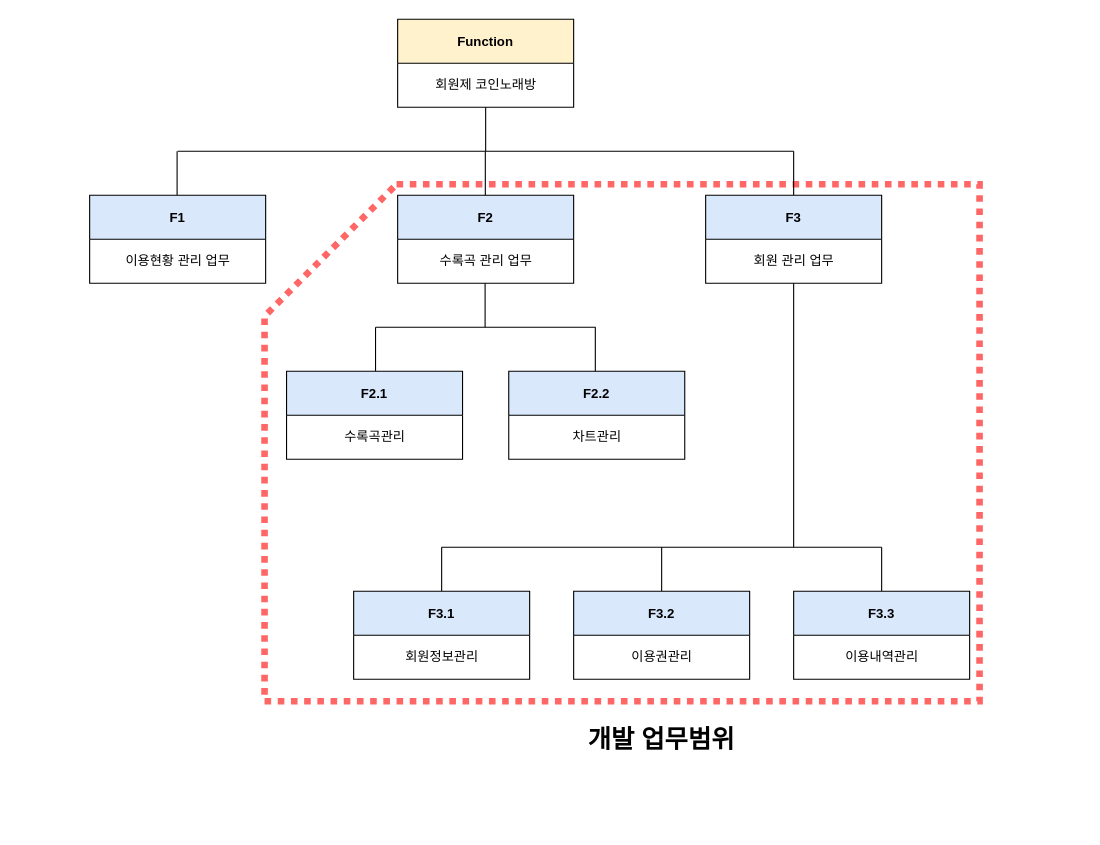
Above: DB_Assignment_4.drawio in jskwak98/DB_Term_Project_Diagram (draw.io), before the change. Source tidied: cells renumbered, new cells numbered last; positions are measured from the earlier drawing's top-left corner, leaving out a move shared by most shapes. Both pictures are drawn from the tidied source at 110%, with x=0, y=0 at pixel (89, 19).
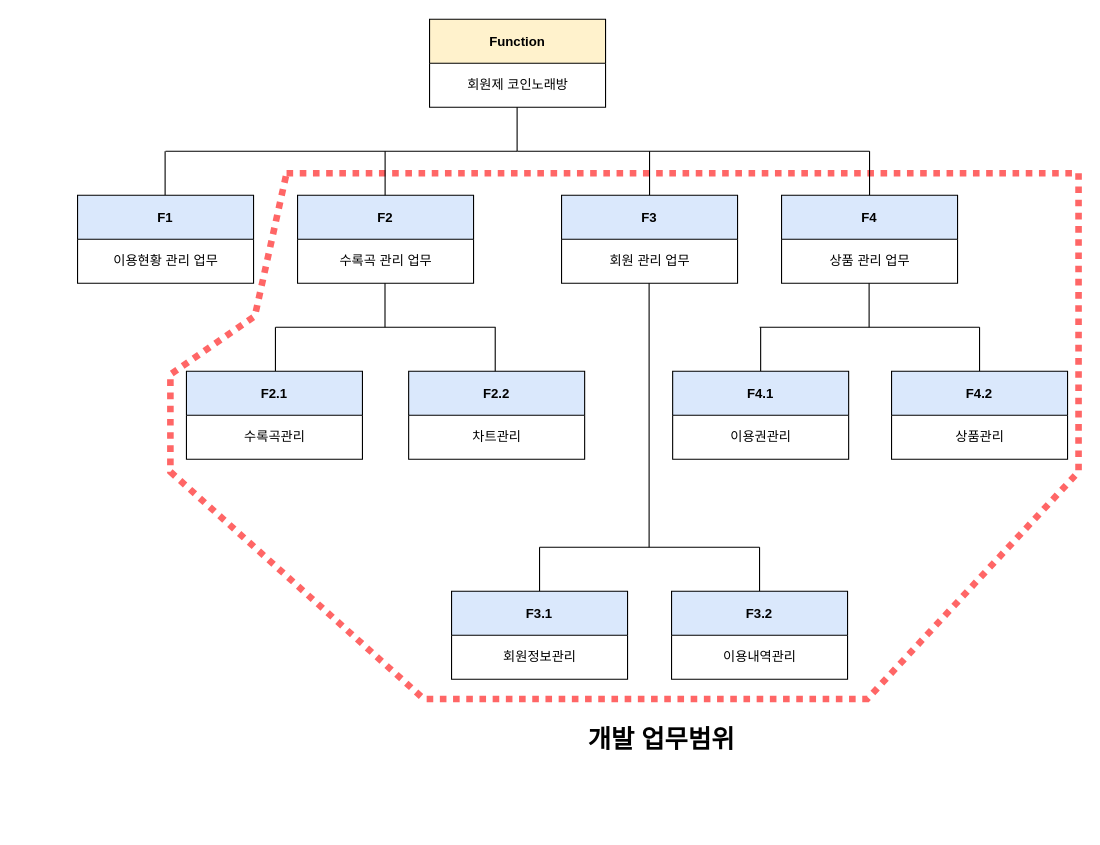
The same diagram, later.

Commit message:
기능분해도 업데이트

Change to the diagram source:
```diff
@@
-    <mxCell id="2" style="shape=card;whiteSpace=wrap;html=1;strokeColor=#FF6666;size=120;dashed=1;dashPattern=1 1;strokeWidth=6;" parent="1" vertex="1">
-      <mxGeometry x="159" y="150" width="650" height="470" as="geometry" />
-    </mxCell>
+    <mxCell id="37" style="verticalLabelPosition=bottom;verticalAlign=top;html=1;shape=mxgraph.basic.polygon;polyCoords=[[0.25,0],[1,0],[1,0.46],[0.8,0.81],[0.38,0.81],[0.14,0.46],[0.14,0.31],[0.22,0.22]];polyline=0;dashed=1;dashPattern=1 1;fontSize=23;strokeColor=#FF6666;strokeWidth=6;" parent="1" vertex="1">
+      <mxGeometry x="-61" y="140" width="960" height="590" as="geometry" />
+    </mxCell>
     <mxCell id="3" value="Function" style="swimlane;startSize=40;fillColor=#fff2cc;strokeColor=#000000;" parent="1" vertex="1">
-      <mxGeometry x="280" width="160" height="80" as="geometry" />
+      <mxGeometry x="309" width="160" height="80" as="geometry" />
     </mxCell>
-    <mxCell id="4" value="회원제 코인노래방" style="text;html=1;align=center;verticalAlign=middle;strokeColor=none;fillColor=none;" parent="1" vertex="1">
-      <mxGeometry x="305" y="50" width="110" height="20" as="geometry" />
+    <mxCell id="4" value="회원제 코인노래방" style="text;html=1;align=center;verticalAlign=middle;strokeColor=none;fillColor=none;" parent="3" vertex="1">
+      <mxGeometry x="25" y="50" width="110" height="20" as="geometry" />
     </mxCell>
     <mxCell id="5" style="endArrow=none;html=1;rounded=0;" parent="1" edge="1">
       <mxGeometry relative="1" as="geometry">
-        <mxPoint x="360" y="120" as="sourcePoint" />
-        <mxPoint x="360" y="80" as="targetPoint" />
+        <mxPoint x="388.6" y="120" as="sourcePoint" />
+        <mxPoint x="388.6" y="80" as="targetPoint" />
       </mxGeometry>
     </mxCell>
     <mxCell id="6" style="endArrow=none;html=1;rounded=0;" parent="1" edge="1">
       <mxGeometry relative="1" as="geometry">
-        <mxPoint x="80" y="120" as="sourcePoint" />
-        <mxPoint x="360" y="120" as="targetPoint" />
+        <mxPoint x="69" y="120" as="sourcePoint" />
+        <mxPoint x="389" y="120" as="targetPoint" />
       </mxGeometry>
     </mxCell>
     <mxCell id="7" style="endArrow=none;html=1;rounded=0;" parent="1" edge="1">
       <mxGeometry relative="1" as="geometry">
-        <mxPoint x="79.5" y="160" as="sourcePoint" />
-        <mxPoint x="79.5" y="120" as="targetPoint" />
+        <mxPoint x="68.6" y="160" as="sourcePoint" />
+        <mxPoint x="68.6" y="120" as="targetPoint" />
       </mxGeometry>
     </mxCell>
     <mxCell id="8" value="F1" style="swimlane;startSize=40;fillColor=#dae8fc;strokeColor=#000000;" parent="1" vertex="1">
-      <mxGeometry y="160" width="160" height="80" as="geometry" />
+      <mxGeometry x="-11" y="160" width="160" height="80" as="geometry" />
     </mxCell>
     <mxCell id="9" value="이용현황 관리 업무" style="text;html=1;align=center;verticalAlign=middle;strokeColor=none;fillColor=none;" parent="1" vertex="1">
-      <mxGeometry x="20" y="210" width="120" height="20" as="geometry" />
+      <mxGeometry x="9" y="210" width="120" height="20" as="geometry" />
     </mxCell>
     <mxCell id="10" value="F2" style="swimlane;startSize=40;fillColor=#dae8fc;strokeColor=#000000;" parent="1" vertex="1">
-      <mxGeometry x="280" y="160" width="160" height="80" as="geometry" />
+      <mxGeometry x="189" y="160" width="160" height="80" as="geometry" />
     </mxCell>
-    <mxCell id="11" value="수록곡 관리 업무" style="text;html=1;align=center;verticalAlign=middle;strokeColor=none;fillColor=none;" parent="1" vertex="1">
-      <mxGeometry x="305" y="210" width="110" height="20" as="geometry" />
+    <mxCell id="11" value="수록곡 관리 업무" style="text;html=1;align=center;verticalAlign=middle;strokeColor=none;fillColor=none;" parent="10" vertex="1">
+      <mxGeometry x="25" y="50" width="110" height="20" as="geometry" />
     </mxCell>
     <mxCell id="12" style="endArrow=none;html=1;rounded=0;" parent="1" edge="1">
       <mxGeometry relative="1" as="geometry">
-        <mxPoint x="360" y="120" as="sourcePoint" />
-        <mxPoint x="640" y="120" as="targetPoint" />
+        <mxPoint x="389" y="120" as="sourcePoint" />
+        <mxPoint x="709" y="120" as="targetPoint" />
       </mxGeometry>
     </mxCell>
     <mxCell id="13" style="endArrow=none;html=1;rounded=0;" parent="1" edge="1">
       <mxGeometry relative="1" as="geometry">
-        <mxPoint x="359.7" y="160" as="sourcePoint" />
-        <mxPoint x="359.7" y="120" as="targetPoint" />
+        <mxPoint x="268.6" y="160" as="sourcePoint" />
+        <mxPoint x="268.6" y="120" as="targetPoint" />
       </mxGeometry>
     </mxCell>
     <mxCell id="14" style="endArrow=none;html=1;rounded=0;" parent="1" edge="1">
       <mxGeometry relative="1" as="geometry">
-        <mxPoint x="640" y="160" as="sourcePoint" />
-        <mxPoint x="640" y="120" as="targetPoint" />
+        <mxPoint x="509" y="160" as="sourcePoint" />
+        <mxPoint x="509" y="120" as="targetPoint" />
       </mxGeometry>
     </mxCell>
     <mxCell id="15" value="F3" style="swimlane;startSize=40;fillColor=#dae8fc;strokeColor=#000000;" parent="1" vertex="1">
-      <mxGeometry x="560" y="160" width="160" height="80" as="geometry" />
+      <mxGeometry x="429" y="160" width="160" height="80" as="geometry" />
     </mxCell>
@@
     <mxCell id="17" style="endArrow=none;html=1;rounded=0;" parent="1" edge="1">
       <mxGeometry relative="1" as="geometry">
-        <mxPoint x="359.5" y="280" as="sourcePoint" />
-        <mxPoint x="359.5" y="240" as="targetPoint" />
+        <mxPoint x="268.5" y="280" as="sourcePoint" />
+        <mxPoint x="268.5" y="240" as="targetPoint" />
       </mxGeometry>
     </mxCell>
     <mxCell id="18" style="endArrow=none;html=1;rounded=0;" parent="1" edge="1">
       <mxGeometry relative="1" as="geometry">
-        <mxPoint x="260" y="280" as="sourcePoint" />
-        <mxPoint x="460" y="280" as="targetPoint" />
+        <mxPoint x="169" y="280" as="sourcePoint" />
+        <mxPoint x="369" y="280" as="targetPoint" />
       </mxGeometry>
     </mxCell>
     <mxCell id="19" style="endArrow=none;html=1;rounded=0;" parent="1" edge="1">
       <mxGeometry relative="1" as="geometry">
-        <mxPoint x="259.9" y="320" as="sourcePoint" />
-        <mxPoint x="259.9" y="280" as="targetPoint" />
+        <mxPoint x="168.9" y="320" as="sourcePoint" />
+        <mxPoint x="168.9" y="280" as="targetPoint" />
       </mxGeometry>
     </mxCell>
     <mxCell id="20" value="F2.1" style="swimlane;startSize=40;fillColor=#dae8fc;strokeColor=#000000;" parent="1" vertex="1">
-      <mxGeometry x="179" y="320" width="160" height="80" as="geometry" />
+      <mxGeometry x="88" y="320" width="160" height="80" as="geometry" />
     </mxCell>
@@
     <mxCell id="22" value="F2.2" style="swimlane;startSize=40;fillColor=#dae8fc;strokeColor=#000000;" parent="1" vertex="1">
-      <mxGeometry x="381" y="320" width="160" height="80" as="geometry" />
+      <mxGeometry x="290" y="320" width="160" height="80" as="geometry" />
     </mxCell>
@@
     <mxCell id="24" style="endArrow=none;html=1;rounded=0;" parent="1" edge="1">
       <mxGeometry relative="1" as="geometry">
-        <mxPoint x="459.7" y="320" as="sourcePoint" />
-        <mxPoint x="459.7" y="280" as="targetPoint" />
+        <mxPoint x="368.7" y="320" as="sourcePoint" />
+        <mxPoint x="368.7" y="280" as="targetPoint" />
       </mxGeometry>
     </mxCell>
     <mxCell id="25" style="endArrow=none;html=1;rounded=0;" parent="1" edge="1">
       <mxGeometry relative="1" as="geometry">
-        <mxPoint x="640" y="480" as="sourcePoint" />
-        <mxPoint x="640" y="240" as="targetPoint" />
+        <mxPoint x="508.6" y="480" as="sourcePoint" />
+        <mxPoint x="508.6" y="240" as="targetPoint" />
       </mxGeometry>
     </mxCell>
-    <mxCell id="26" style="endArrow=none;html=1;rounded=0;" parent="1" edge="1">
-      <mxGeometry relative="1" as="geometry">
-        <mxPoint x="320" y="480" as="sourcePoint" />
-        <mxPoint x="720" y="480" as="targetPoint" />
-      </mxGeometry>
-    </mxCell>
     <mxCell id="27" style="endArrow=none;html=1;rounded=0;" parent="1" edge="1">
       <mxGeometry relative="1" as="geometry">
-        <mxPoint x="720" y="520" as="sourcePoint" />
-        <mxPoint x="720" y="480" as="targetPoint" />
+        <mxPoint x="609" y="520" as="sourcePoint" />
+        <mxPoint x="609" y="480" as="targetPoint" />
       </mxGeometry>
     </mxCell>
     <mxCell id="28" style="endArrow=none;html=1;rounded=0;" parent="1" edge="1">
       <mxGeometry relative="1" as="geometry">
-        <mxPoint x="520" y="520" as="sourcePoint" />
-        <mxPoint x="520" y="480" as="targetPoint" />
+        <mxPoint x="610" y="320" as="sourcePoint" />
+        <mxPoint x="610" y="280" as="targetPoint" />
       </mxGeometry>
     </mxCell>
     <mxCell id="29" style="endArrow=none;html=1;rounded=0;" parent="1" edge="1">
       <mxGeometry relative="1" as="geometry">
-        <mxPoint x="320" y="520" as="sourcePoint" />
-        <mxPoint x="320" y="480" as="targetPoint" />
+        <mxPoint x="409" y="520" as="sourcePoint" />
+        <mxPoint x="409" y="480" as="targetPoint" />
       </mxGeometry>
     </mxCell>
     <mxCell id="30" value="F3.1" style="swimlane;startSize=40;fillColor=#dae8fc;strokeColor=#000000;" parent="1" vertex="1">
-      <mxGeometry x="240" y="520" width="160" height="80" as="geometry" />
+      <mxGeometry x="329" y="520" width="160" height="80" as="geometry" />
     </mxCell>
@@
-    <mxCell id="32" value="F3.2" style="swimlane;startSize=40;fillColor=#dae8fc;strokeColor=#000000;" parent="1" vertex="1">
-      <mxGeometry x="440" y="520" width="160" height="80" as="geometry" />
+    <mxCell id="32" value="F4.1" style="swimlane;startSize=40;fillColor=#dae8fc;strokeColor=#000000;" parent="1" vertex="1">
+      <mxGeometry x="530" y="320" width="160" height="80" as="geometry" />
     </mxCell>
@@
-    <mxCell id="34" value="F3.3" style="swimlane;startSize=40;fillColor=#dae8fc;strokeColor=#000000;" parent="1" vertex="1">
-      <mxGeometry x="640" y="520" width="160" height="80" as="geometry" />
+    <mxCell id="34" value="F3.2" style="swimlane;startSize=40;fillColor=#dae8fc;strokeColor=#000000;" parent="1" vertex="1">
+      <mxGeometry x="529" y="520" width="160" height="80" as="geometry" />
     </mxCell>
@@
+    <mxCell id="38" style="endArrow=none;html=1;rounded=0;" parent="1" edge="1">
+      <mxGeometry relative="1" as="geometry">
+        <mxPoint x="709" y="160" as="sourcePoint" />
+        <mxPoint x="709" y="120" as="targetPoint" />
+      </mxGeometry>
+    </mxCell>
+    <mxCell id="39" value="F4" style="swimlane;startSize=40;fillColor=#dae8fc;strokeColor=#000000;" parent="1" vertex="1">
+      <mxGeometry x="629" y="160" width="160" height="80" as="geometry" />
+    </mxCell>
+    <mxCell id="40" value="상품 관리 업무" style="text;html=1;align=center;verticalAlign=middle;strokeColor=none;fillColor=none;" parent="39" vertex="1">
+      <mxGeometry x="35" y="50" width="90" height="20" as="geometry" />
+    </mxCell>
+    <mxCell id="41" style="endArrow=none;html=1;rounded=0;" parent="1" edge="1">
+      <mxGeometry relative="1" as="geometry">
+        <mxPoint x="409" y="480" as="sourcePoint" />
+        <mxPoint x="609" y="480" as="targetPoint" />
+      </mxGeometry>
+    </mxCell>
+    <mxCell id="42" style="endArrow=none;html=1;rounded=0;" parent="1" edge="1">
+      <mxGeometry relative="1" as="geometry">
+        <mxPoint x="708.6" y="280" as="sourcePoint" />
+        <mxPoint x="708.6" y="240" as="targetPoint" />
+      </mxGeometry>
+    </mxCell>
+    <mxCell id="43" style="endArrow=none;html=1;rounded=0;" parent="1" edge="1">
+      <mxGeometry relative="1" as="geometry">
+        <mxPoint x="609" y="280" as="sourcePoint" />
+        <mxPoint x="809" y="280" as="targetPoint" />
+      </mxGeometry>
+    </mxCell>
+    <mxCell id="44" style="endArrow=none;html=1;rounded=0;" parent="1" edge="1">
+      <mxGeometry relative="1" as="geometry">
+        <mxPoint x="809" y="320" as="sourcePoint" />
+        <mxPoint x="809" y="280" as="targetPoint" />
+      </mxGeometry>
+    </mxCell>
+    <mxCell id="45" value="F4.2" style="swimlane;startSize=40;fillColor=#dae8fc;strokeColor=#000000;" parent="1" vertex="1">
+      <mxGeometry x="729" y="320" width="160" height="80" as="geometry" />
+    </mxCell>
+    <mxCell id="46" value="상품관리" style="text;html=1;align=center;verticalAlign=middle;strokeColor=none;fillColor=none;" parent="45" vertex="1">
+      <mxGeometry x="50" y="50" width="60" height="20" as="geometry" />
+    </mxCell>
```
